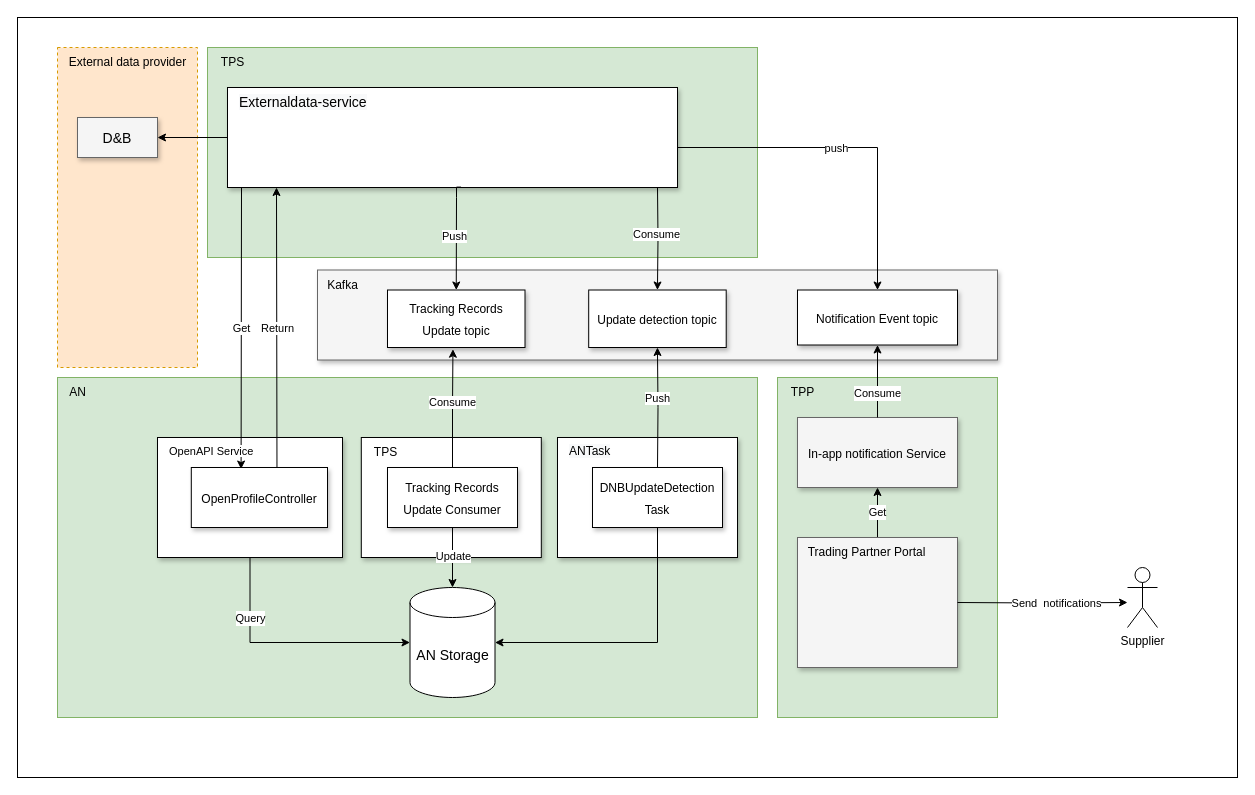
This is page "[New]Update detection block diagram" (4 of 15) of DNB.drawio from huangshijie/Drawio, a draw.io file, before an edit. Source tidied: cells renumbered, new cells numbered last; positions are measured from the earlier drawing's top-left corner, leaving out a move shared by most shapes. Both pictures are drawn from the tidied source at 100%, with x=0, y=0 at pixel (17, 17).
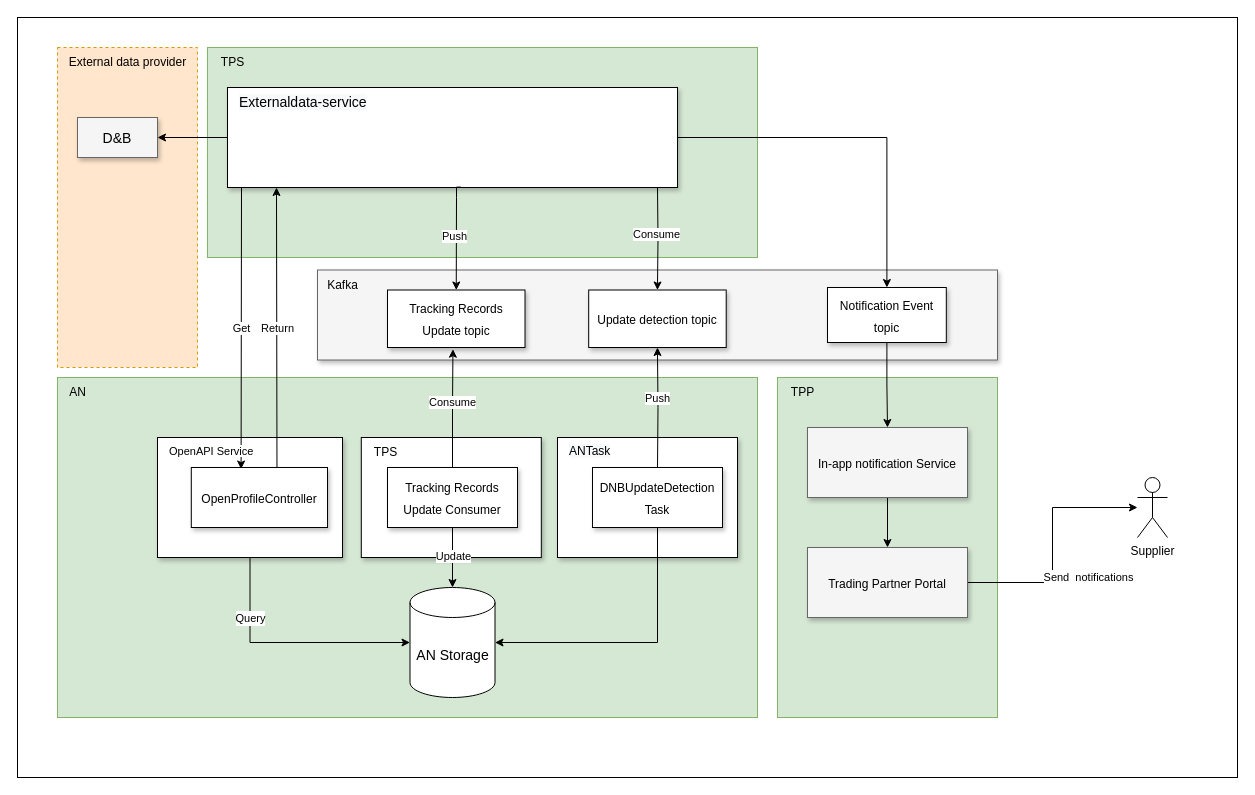
Above is the later version.

The change refers to these unchanged cells:
```xml
<mxCell id="9" style="whiteSpace=wrap;html=1;shadow=1;fontSize=18;" parent="1" vertex="1">
  <mxGeometry x="210" y="70" width="450" height="100" as="geometry" />
</mxCell>
```

Change to the diagram source:
```diff
@@
     <mxCell id="5" value="&lt;font style=&quot;font-size: 12px;&quot;&gt;Supplier&lt;/font&gt;" style="shape=umlActor;verticalLabelPosition=bottom;verticalAlign=top;html=1;outlineConnect=0;" parent="1" vertex="1">
-      <mxGeometry x="1110" y="550" width="30" height="60" as="geometry" />
+      <mxGeometry x="1120" y="460" width="30" height="60" as="geometry" />
     </mxCell>
@@
-    <mxCell id="10" value="&lt;font style=&quot;font-size: 12px;&quot;&gt;In-app notification Service&lt;/font&gt;" style="whiteSpace=wrap;html=1;shadow=1;fontSize=18;fillColor=#f5f5f5;strokeColor=#666666;" parent="1" vertex="1">
-      <mxGeometry x="780" y="400" width="160" height="70" as="geometry" />
-    </mxCell>
@@
-    <mxCell id="35" value="&lt;span style=&quot;font-size: 12px;&quot;&gt;Notification Event topic&lt;/span&gt;" style="whiteSpace=wrap;html=1;shadow=1;fontSize=18;" parent="1" vertex="1">
-      <mxGeometry x="780" y="272.5" width="160" height="55" as="geometry" />
-    </mxCell>
-    <mxCell id="36" style="edgeStyle=orthogonalEdgeStyle;rounded=0;jettySize=auto;html=1;exitX=1;exitY=0.676;exitDx=0;exitDy=0;exitPerimeter=0;" parent="1" edge="1" source="9" target="35">
-      <mxGeometry relative="1" as="geometry">
-        <Array as="points">
-          <mxPoint x="660" y="130" />
-          <mxPoint x="860" y="130" />
-        </Array>
-      </mxGeometry>
-    </mxCell>
-    <mxCell id="37" value="&lt;font style=&quot;font-size: 11px;&quot;&gt;push&lt;/font&gt;" style="edgeLabel;html=1;align=center;verticalAlign=middle;fontSize=12;" parent="36" vertex="1">
-      <mxGeometry x="-0.04" y="1" relative="1" as="geometry">
-        <mxPoint x="-2" y="1" as="offset" />
-      </mxGeometry>
-    </mxCell>
@@
-    <mxCell id="39" style="edgeStyle=orthogonalEdgeStyle;rounded=0;jettySize=auto;html=1;entryX=0.5;entryY=1;entryDx=0;entryDy=0;fontSize=12;exitX=0.5;exitY=0;exitDx=0;exitDy=0;" parent="1" edge="1" source="10" target="35">
-      <mxGeometry relative="1" as="geometry" />
-    </mxCell>
-    <mxCell id="40" value="&lt;font style=&quot;font-size: 11px;&quot;&gt;Consume&lt;/font&gt;" style="edgeLabel;html=1;align=center;verticalAlign=middle;fontSize=12;" parent="39" vertex="1">
-      <mxGeometry x="-0.3" y="1" relative="1" as="geometry" />
-    </mxCell>
@@
-    <mxCell id="45" value="&lt;font style=&quot;font-size: 11px;&quot;&gt;Get&lt;/font&gt;" style="edgeStyle=orthogonalEdgeStyle;rounded=0;jettySize=auto;html=1;exitX=0.5;exitY=0;exitDx=0;exitDy=0;entryX=0.5;entryY=1;entryDx=0;entryDy=0;fontSize=12;" parent="1" edge="1" source="46" target="10">
-      <mxGeometry relative="1" as="geometry" />
-    </mxCell>
-    <mxCell id="46" style="whiteSpace=wrap;html=1;shadow=1;fontSize=18;fillColor=#f5f5f5;strokeColor=#666666;" parent="1" vertex="1">
-      <mxGeometry x="780" y="520" width="160" height="130" as="geometry" />
-    </mxCell>
@@
-    <mxCell id="51" style="edgeStyle=orthogonalEdgeStyle;rounded=0;jettySize=auto;html=1;entryX=1;entryY=0.5;entryDx=0;entryDy=0;fontSize=12;endArrow=none;endFill=0;startArrow=classic;startFill=1;" parent="1" edge="1" target="46">
-      <mxGeometry relative="1" as="geometry">
-        <mxPoint x="1110" y="585" as="sourcePoint" />
-      </mxGeometry>
+    <mxCell id="51" style="edgeStyle=orthogonalEdgeStyle;rounded=0;jettySize=auto;html=1;entryX=1;entryY=0.5;entryDx=0;entryDy=0;fontSize=12;endArrow=none;endFill=0;startArrow=classic;startFill=1;" parent="1" edge="1" source="5" target="58">
+      <mxGeometry relative="1" as="geometry" />
     </mxCell>
@@
+    <mxCell id="56" style="edgeStyle=orthogonalEdgeStyle;rounded=0;jettySize=auto;html=1;" parent="1" edge="1" source="10" target="58">
+      <mxGeometry relative="1" as="geometry" />
+    </mxCell>
+    <mxCell id="10" value="&lt;font style=&quot;font-size: 12px;&quot;&gt;In-app notification Service&lt;/font&gt;" style="whiteSpace=wrap;html=1;shadow=1;fontSize=18;fillColor=#f5f5f5;strokeColor=#666666;" parent="1" vertex="1">
+      <mxGeometry x="790" y="410" width="160" height="70" as="geometry" />
+    </mxCell>
+    <mxCell id="57" style="edgeStyle=orthogonalEdgeStyle;rounded=0;jettySize=auto;html=1;" parent="1" edge="1" source="35" target="10">
+      <mxGeometry relative="1" as="geometry" />
+    </mxCell>
+    <mxCell id="35" value="&lt;span style=&quot;font-size: 12px;&quot;&gt;Notification Event topic&lt;/span&gt;" style="whiteSpace=wrap;html=1;shadow=1;fontSize=18;" parent="1" vertex="1">
+      <mxGeometry x="810" y="270" width="118.8" height="55" as="geometry" />
+    </mxCell>
+    <mxCell id="58" value="&lt;font style=&quot;font-size: 12px;&quot;&gt;Trading Partner Portal&lt;/font&gt;" style="whiteSpace=wrap;html=1;shadow=1;fontSize=18;fillColor=#f5f5f5;strokeColor=#666666;" parent="1" vertex="1">
+      <mxGeometry x="790" y="530" width="160" height="70" as="geometry" />
+    </mxCell>
+    <mxCell id="36" style="endArrow=classic;html=1;rounded=0;exitX=1;exitY=0.5;exitDx=0;exitDy=0;entryX=0.5;entryY=0;entryDx=0;entryDy=0;edgeStyle=orthogonalEdgeStyle;" parent="1" edge="1" source="9" target="35">
+      <mxGeometry relative="1" as="geometry" />
+    </mxCell>
```
